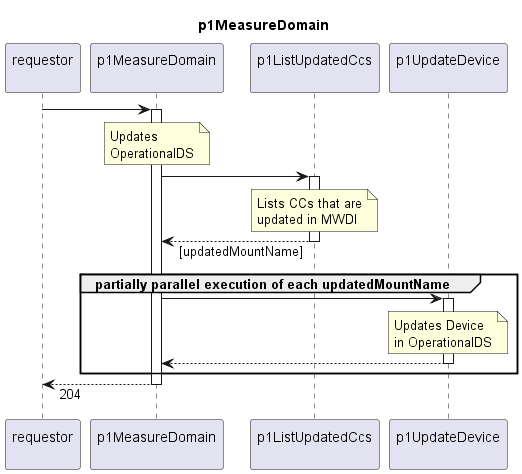
openBackhaul/FirmWareManager keeps this PlantUML diagram as spec/Functions/Measurement/p1MeasureDomain/1.0.0/p1MeasureDomain.png. Above is the earlier version.
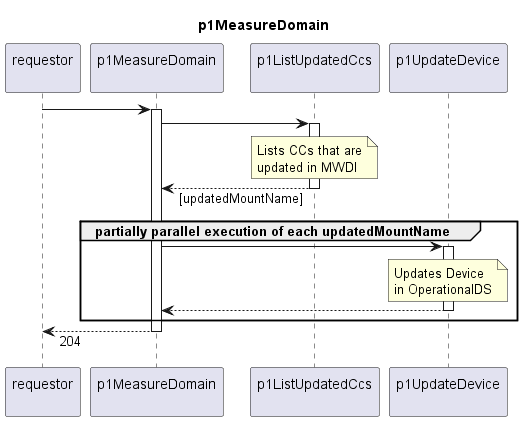
After the commit.

What changed in the source:
```diff
@@ -12,10 +12,6 @@
 
 requestor -> indServ
 activate indServ
-  note over indServ
-    Updates
-    OperationalDS
-  end note
 
   indServ -> listCcs
   activate listCcs
```
